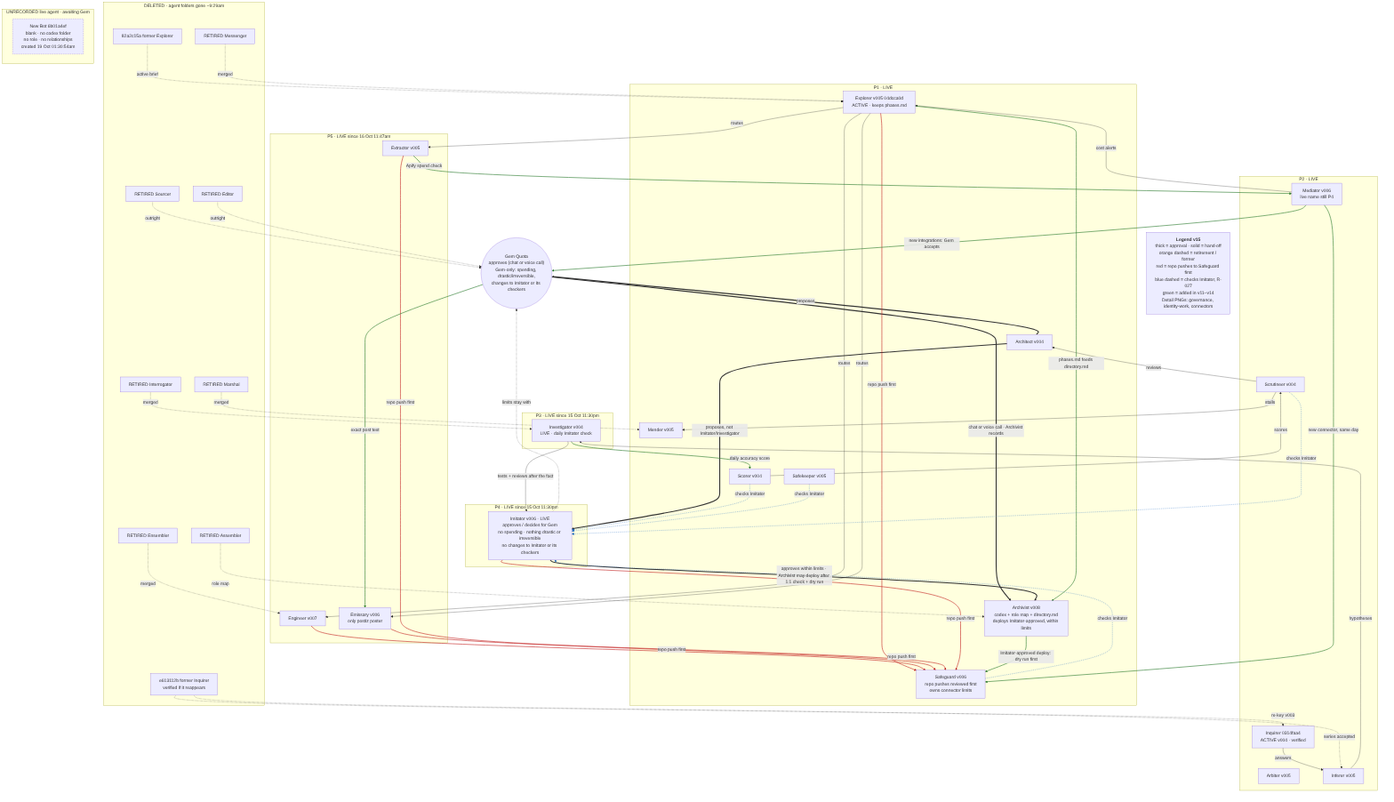
Above: governance/cartography/role-map.png in gemquota/gvmw (Mermaid), before the change. Its source is kept beside it as governance/cartography/role-map.mmd.
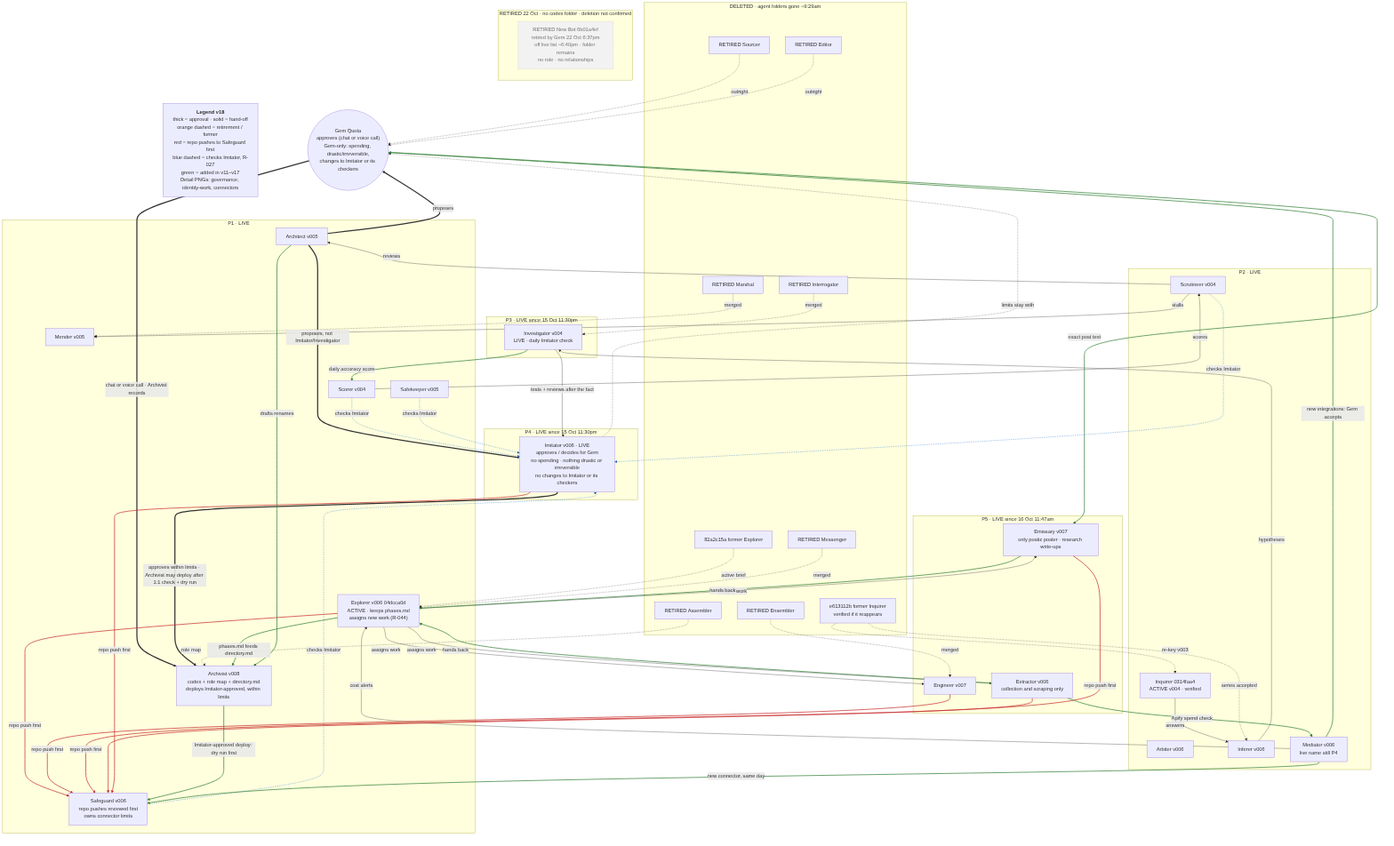
The same diagram one commit later.

Change to the diagram source:
```diff
@@ -1,22 +1,22 @@
 %%{init: {"flowchart": {"wrappingWidth": 240}}}%%
 flowchart TB
   GEM(("Gem Quota<br/>approves (chat or voice call)<br/>Gem-only: spending, drastic/irreversible,<br/>changes to Imitator or its checkers"))
-  LEG["<b>Legend v15</b><br/>thick = approval · solid = hand-off<br/>orange dashed = retirement / former<br/>red = repo pushes to Safeguard first<br/>blue dashed = checks Imitator, R-027<br/>green = added in v11–v14<br/>Detail PNGs: governance, identity-work, connectors"]
+  LEG["<b>Legend v18</b><br/>thick = approval · solid = hand-off<br/>orange dashed = retirement / former<br/>red = repo pushes to Safeguard first<br/>blue dashed = checks Imitator, R-027<br/>green = added in v11–v17<br/>Detail PNGs: governance, identity-work, connectors"]
 
   subgraph P1["P1 · LIVE"]
-    ARX["Architect v004"]
+    ARX["Architect v005"]
     ARC["Archivist v008<br/>codex + role map + directory.md<br/>deploys Imitator-approved, within limits"]
     SCO["Scorer v004"]
     SFG["Safeguard v006<br/>repo pushes reviewed first<br/>owns connector limits"]
     SFK["Safekeeper v005"]
     MEN["Mender v005"]
-    EXP["Explorer v005 04dcca0d<br/>ACTIVE · keeps phases.md"]
+    EXP["Explorer v006 04dcca0d<br/>ACTIVE · keeps phases.md<br/>assigns new work (R-044)"]
   end
 
   subgraph P2["P2 · LIVE"]
     SCR["Scrutineer v004"]
-    ARB["Arbiter v005"]
-    INF["Inferer v005"]
+    ARB["Arbiter v006"]
+    INF["Inferer v006"]
     MED["Mediator v006<br/>live name still P4"]
     INQ["Inquirer 0314faa4<br/>ACTIVE v004 · verified"]
   end
@@ -28,9 +28,9 @@
     IMI["Imitator v006 · LIVE<br/>approves / decides for Gem<br/>no spending · nothing drastic or irreversible<br/>no changes to Imitator or its checkers"]
   end
   subgraph P5["P5 · LIVE since 16 Oct 11:47am"]
-    EMI["Emissary v006<br/>only postiz poster"]
+    EMI["Emissary v007<br/>only postiz poster · research write-ups"]
     ENG["Engineer v007"]
-    EXT["Extractor v005"]
+    EXT["Extractor v006<br/>collection and scraping only"]
   end
 
   subgraph FORMER["DELETED · agent folders gone ~9:29am"]
@@ -45,10 +45,10 @@
     ENS["RETIRED Ensembler"]
   end
 
-  subgraph UNREC["UNRECORDED live agent · awaiting Gem"]
-    NEW["New Bot 6b01a4ef<br/>blank · no codex folder<br/>no role · no relationships<br/>created 19 Oct 01:30:54am"]
+  subgraph UNREC["RETIRED 22 Oct · no codex folder · deletion not confirmed"]
+    NEW["RETIRED New Bot 6b01a4ef<br/>retired by Gem 22 Oct 6:37pm<br/>off live list ~6:40pm · folder remains<br/>no role · no relationships"]
   end
-  style NEW stroke-dasharray: 5 3
+  style NEW stroke-dasharray: 2 3,fill:#f2f2f2,stroke:#9e9e9e,color:#757575
 
   GEM ~~~ ARX
   LEG ~~~ ARX
@@ -72,9 +72,9 @@
   INV -->|tests + reviews after the fact| IMI
   INQ0 -.->|series accepted| INF
 
-  EXP -->|routes| EMI
-  EXP -->|routes| ENG
-  EXP -->|routes| EXT
+  EXP -->|assigns work| EMI
+  EXP -->|assigns work| ENG
+  EXP -->|assigns work| EXT
   MED -->|cost alerts| EXP
 
   INQ0 -.->|re-key v003| INQ
@@ -109,3 +109,7 @@
   EXT -->|Apify spend check| MED
   MED -->|new connector, same day| SFG
   linkStyle 46,47 stroke:#2e7d32,stroke-width:2px
+  EMI -->|hands back| EXP
+  EXT -->|hands back| EXP
+  ARX -->|drafts renames| ARC
+  linkStyle 48,49,50 stroke:#2e7d32,stroke-width:2px
```
